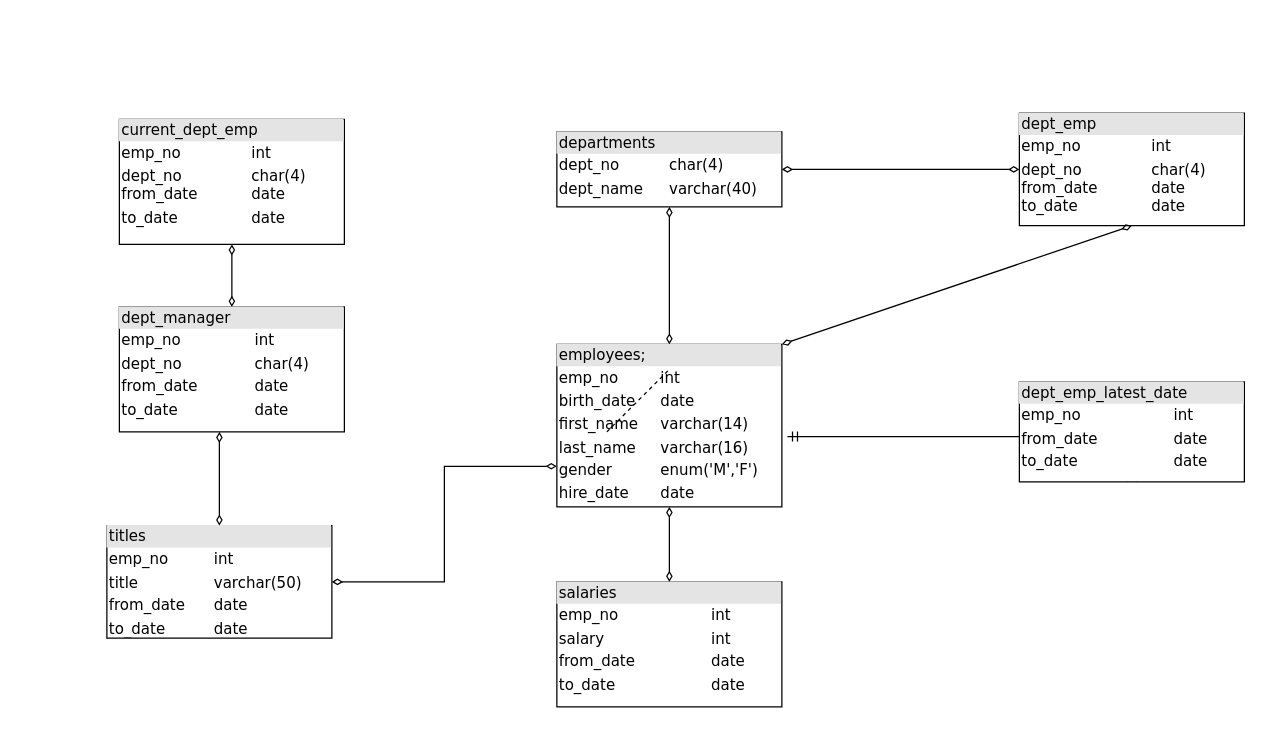
This is act2/Untitled Diagram.drawio from DemiurgeApeiron/A01028325-InternetOfThings, a draw.io file, before an edit. Source tidied: cells renumbered, new cells numbered last; positions are measured from the earlier drawing's top-left corner, leaving out a move shared by most shapes. Both pictures are drawn from the tidied source at 125%, with x=0, y=0 at pixel (106, 112).
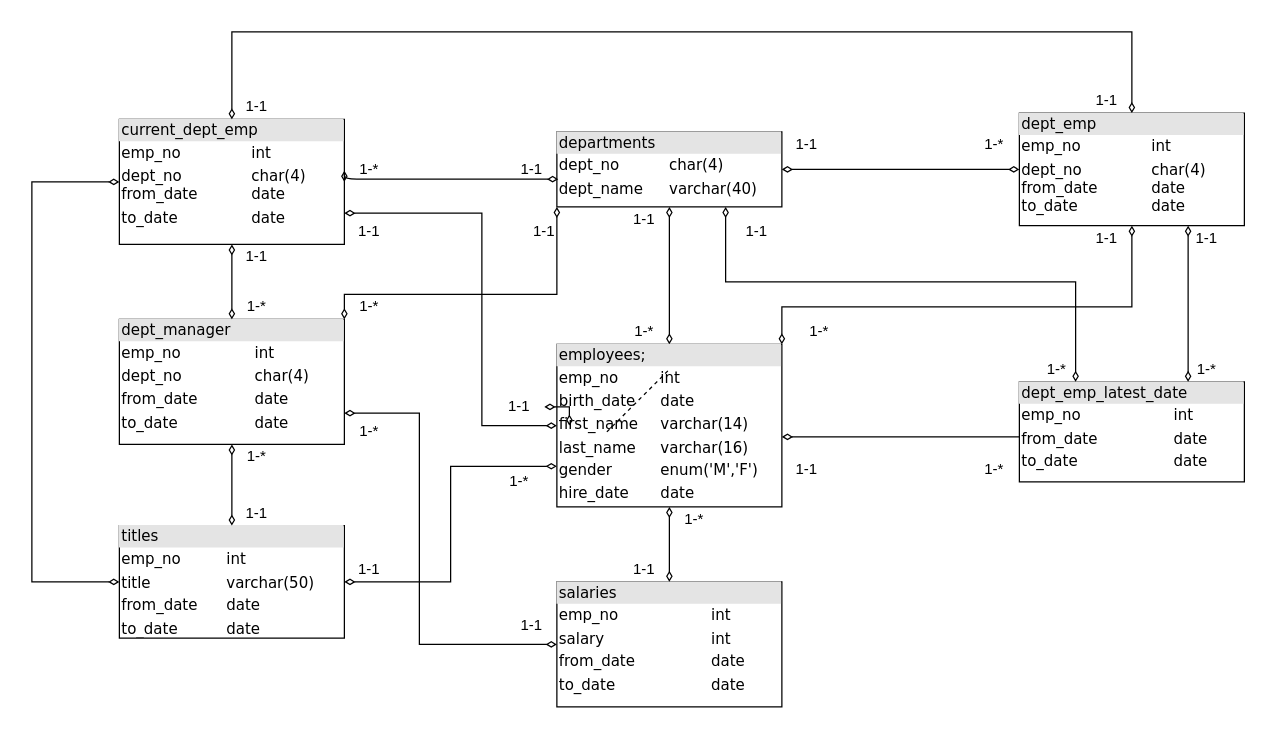
Above is the later version.

Unchanged cells that the change refers to:
```xml
<mxCell id="2" value="&lt;div style=&quot;box-sizing: border-box ; width: 100% ; background: #e4e4e4 ; padding: 2px&quot;&gt;current_dept_emp&lt;/div&gt;&lt;table style=&quot;width: 100% ; font-size: 1em&quot; cellspacing=&quot;0&quot; cellpadding=&quot;2&quot;&gt;&lt;tbody&gt;&lt;tr&gt;&lt;td&gt;emp_no&lt;br&gt;&lt;/td&gt;&lt;td&gt;int&lt;/td&gt;&lt;/tr&gt;&lt;tr&gt;&lt;td&gt;dept_no&lt;br&gt;from_date&lt;br&gt;&lt;/td&gt;&lt;td&gt;char(4)&lt;br&gt;date&lt;br&gt;&lt;/td&gt;&lt;/tr&gt;&lt;tr&gt;&lt;td&gt;to_date&lt;br&gt;&lt;/td&gt;&lt;td&gt;date&lt;/td&gt;&lt;/tr&gt;&lt;/tbody&gt;&lt;/table&gt;" style="verticalAlign=top;align=left;overflow=fill;html=1;rounded=0;shadow=0;comic=0;labelBackgroundColor=none;strokeWidth=1;fontFamily=Verdana;fontSize=12;" parent="1" vertex="1">
  <mxGeometry x="10" y="5" width="180" height="100" as="geometry" />
</mxCell>
<mxCell id="6" value="&lt;div style=&quot;box-sizing: border-box ; width: 100% ; background: #e4e4e4 ; padding: 2px&quot;&gt;departments&lt;/div&gt;&lt;table style=&quot;width: 100% ; font-size: 1em&quot; cellspacing=&quot;0&quot; cellpadding=&quot;2&quot;&gt;&lt;tbody&gt;&lt;tr&gt;&lt;td&gt;dept_no&lt;/td&gt;&lt;td&gt;char(4)&lt;/td&gt;&lt;/tr&gt;&lt;tr&gt;&lt;td&gt;dept_name&lt;/td&gt;&lt;td&gt;varchar(40)&lt;/td&gt;&lt;/tr&gt;&lt;tr&gt;&lt;td&gt;&lt;br&gt;&lt;/td&gt;&lt;td&gt;&lt;br&gt;&lt;/td&gt;&lt;/tr&gt;&lt;tr&gt;&lt;td&gt;&lt;br&gt;&lt;/td&gt;&lt;td&gt;&lt;br&gt;&lt;/td&gt;&lt;/tr&gt;&lt;tr&gt;&lt;td&gt;&lt;br&gt;&lt;/td&gt;&lt;td&gt;&lt;br&gt;&lt;/td&gt;&lt;/tr&gt;&lt;tr&gt;&lt;td&gt;&lt;br&gt;&lt;/td&gt;&lt;td&gt;&lt;br&gt;&lt;/td&gt;&lt;/tr&gt;&lt;/tbody&gt;&lt;/table&gt;" style="verticalAlign=top;align=left;overflow=fill;html=1;rounded=0;shadow=0;comic=0;labelBackgroundColor=none;strokeWidth=1;fontFamily=Verdana;fontSize=12;" parent="1" vertex="1">
  <mxGeometry x="360" y="15" width="180" height="60" as="geometry" />
</mxCell>
<mxCell id="11" value="&lt;div style=&quot;box-sizing: border-box ; width: 100% ; background: #e4e4e4 ; padding: 2px&quot;&gt;salaries&lt;/div&gt;&lt;table style=&quot;width: 100% ; font-size: 1em&quot; cellspacing=&quot;0&quot; cellpadding=&quot;2&quot;&gt;&lt;tbody&gt;&lt;tr&gt;&lt;td&gt;emp_no&lt;/td&gt;&lt;td&gt;int&lt;/td&gt;&lt;/tr&gt;&lt;tr&gt;&lt;td&gt;salary&lt;/td&gt;&lt;td&gt;int&lt;/td&gt;&lt;/tr&gt;&lt;tr&gt;&lt;td&gt;from_date&lt;/td&gt;&lt;td&gt;date&lt;/td&gt;&lt;/tr&gt;&lt;tr&gt;&lt;td&gt;to_date&lt;/td&gt;&lt;td&gt;date&lt;br&gt;&lt;/td&gt;&lt;/tr&gt;&lt;tr&gt;&lt;td&gt;&lt;br&gt;&lt;/td&gt;&lt;td&gt;&lt;br&gt;&lt;/td&gt;&lt;/tr&gt;&lt;/tbody&gt;&lt;/table&gt;" style="verticalAlign=top;align=left;overflow=fill;html=1;rounded=0;shadow=0;comic=0;labelBackgroundColor=none;strokeWidth=1;fontFamily=Verdana;fontSize=12;" parent="1" vertex="1">
  <mxGeometry x="360" y="375" width="180" height="100" as="geometry" />
</mxCell>
<mxCell id="13" value="&lt;div style=&quot;box-sizing: border-box ; width: 100% ; background: #e4e4e4 ; padding: 2px&quot;&gt;employees;&lt;/div&gt;&lt;table style=&quot;width: 100% ; font-size: 1em&quot; cellspacing=&quot;0&quot; cellpadding=&quot;2&quot;&gt;&lt;tbody&gt;&lt;tr&gt;&lt;td&gt;emp_no&lt;/td&gt;&lt;td&gt;int&lt;/td&gt;&lt;/tr&gt;&lt;tr&gt;&lt;td&gt;birth_date&lt;/td&gt;&lt;td&gt;date&lt;/td&gt;&lt;/tr&gt;&lt;tr&gt;&lt;td&gt;first_name&lt;br&gt;&lt;/td&gt;&lt;td&gt;varchar(14)&lt;/td&gt;&lt;/tr&gt;&lt;tr&gt;&lt;td&gt;last_name&lt;br&gt;&lt;/td&gt;&lt;td&gt;varchar(16)&lt;br&gt;&lt;/td&gt;&lt;/tr&gt;&lt;tr&gt;&lt;td&gt;gender&lt;br&gt;&lt;/td&gt;&lt;td&gt;enum('M','F')&lt;br&gt;&lt;/td&gt;&lt;/tr&gt;&lt;tr&gt;&lt;td&gt;hire_date&lt;br&gt;&lt;/td&gt;&lt;td&gt;date&lt;br&gt;&lt;/td&gt;&lt;/tr&gt;&lt;tr&gt;&lt;td&gt;&lt;br&gt;&lt;/td&gt;&lt;td&gt;&lt;br&gt;&lt;/td&gt;&lt;/tr&gt;&lt;tr&gt;&lt;td&gt;&lt;br&gt;&lt;/td&gt;&lt;td&gt;&lt;br&gt;&lt;/td&gt;&lt;/tr&gt;&lt;tr&gt;&lt;td&gt;&lt;br&gt;&lt;/td&gt;&lt;td&gt;&lt;br&gt;&lt;/td&gt;&lt;/tr&gt;&lt;tr&gt;&lt;td&gt;&lt;br&gt;&lt;/td&gt;&lt;td&gt;&lt;br&gt;&lt;/td&gt;&lt;/tr&gt;&lt;tr&gt;&lt;td&gt;&lt;br&gt;&lt;/td&gt;&lt;td&gt;&lt;br&gt;&lt;/td&gt;&lt;/tr&gt;&lt;tr&gt;&lt;td&gt;&lt;br&gt;&lt;/td&gt;&lt;td&gt;&lt;br&gt;&lt;/td&gt;&lt;/tr&gt;&lt;tr&gt;&lt;td&gt;&lt;br&gt;&lt;/td&gt;&lt;td&gt;&lt;br&gt;&lt;/td&gt;&lt;/tr&gt;&lt;tr&gt;&lt;td&gt;&lt;br&gt;&lt;/td&gt;&lt;td&gt;&lt;br&gt;&lt;/td&gt;&lt;/tr&gt;&lt;tr&gt;&lt;td&gt;&lt;br&gt;&lt;/td&gt;&lt;td&gt;&lt;br&gt;&lt;/td&gt;&lt;/tr&gt;&lt;tr&gt;&lt;td&gt;&lt;br&gt;&lt;/td&gt;&lt;td&gt;&lt;br&gt;&lt;/td&gt;&lt;/tr&gt;&lt;tr&gt;&lt;td&gt;&lt;br&gt;&lt;/td&gt;&lt;td&gt;&lt;br&gt;&lt;/td&gt;&lt;/tr&gt;&lt;/tbody&gt;&lt;/table&gt;" style="verticalAlign=top;align=left;overflow=fill;html=1;rounded=0;shadow=0;comic=0;labelBackgroundColor=none;strokeWidth=1;fontFamily=Verdana;fontSize=12;" parent="1" vertex="1">
  <mxGeometry x="360" y="185" width="180" height="130" as="geometry" />
</mxCell>
<mxCell id="14" value="&lt;div style=&quot;box-sizing: border-box ; width: 100% ; background: #e4e4e4 ; padding: 2px&quot;&gt;dept_emp_latest_date&lt;/div&gt;&lt;table style=&quot;width: 100% ; font-size: 1em&quot; cellspacing=&quot;0&quot; cellpadding=&quot;2&quot;&gt;&lt;tbody&gt;&lt;tr&gt;&lt;td&gt;emp_no&lt;/td&gt;&lt;td&gt;int&lt;/td&gt;&lt;/tr&gt;&lt;tr&gt;&lt;td&gt;from_date&lt;/td&gt;&lt;td&gt;date&lt;/td&gt;&lt;/tr&gt;&lt;tr&gt;&lt;td&gt;to_date&lt;/td&gt;&lt;td&gt;date&lt;/td&gt;&lt;/tr&gt;&lt;tr&gt;&lt;td&gt;&lt;br&gt;&lt;/td&gt;&lt;td&gt;&lt;br&gt;&lt;/td&gt;&lt;/tr&gt;&lt;tr&gt;&lt;td&gt;&lt;br&gt;&lt;/td&gt;&lt;td&gt;&lt;br&gt;&lt;/td&gt;&lt;/tr&gt;&lt;tr&gt;&lt;td&gt;&lt;br&gt;&lt;/td&gt;&lt;td&gt;&lt;br&gt;&lt;/td&gt;&lt;/tr&gt;&lt;tr&gt;&lt;td&gt;&lt;br&gt;&lt;/td&gt;&lt;td&gt;&lt;br&gt;&lt;/td&gt;&lt;/tr&gt;&lt;tr&gt;&lt;td&gt;&lt;br&gt;&lt;/td&gt;&lt;td&gt;&lt;br&gt;&lt;/td&gt;&lt;/tr&gt;&lt;tr&gt;&lt;td&gt;&lt;br&gt;&lt;/td&gt;&lt;td&gt;&lt;br&gt;&lt;/td&gt;&lt;/tr&gt;&lt;tr&gt;&lt;td&gt;&lt;br&gt;&lt;/td&gt;&lt;td&gt;&lt;br&gt;&lt;/td&gt;&lt;/tr&gt;&lt;tr&gt;&lt;td&gt;&lt;br&gt;&lt;/td&gt;&lt;td&gt;&lt;br&gt;&lt;/td&gt;&lt;/tr&gt;&lt;tr&gt;&lt;td&gt;&lt;br&gt;&lt;/td&gt;&lt;td&gt;&lt;br&gt;&lt;/td&gt;&lt;/tr&gt;&lt;/tbody&gt;&lt;/table&gt;" style="verticalAlign=top;align=left;overflow=fill;html=1;rounded=0;shadow=0;comic=0;labelBackgroundColor=none;strokeWidth=1;fontFamily=Verdana;fontSize=12;" parent="1" vertex="1">
  <mxGeometry x="730" y="215" width="180" height="80" as="geometry" />
</mxCell>
<mxCell id="15" value="&lt;div style=&quot;box-sizing: border-box ; width: 100% ; background: #e4e4e4 ; padding: 2px&quot;&gt;dept_emp&lt;/div&gt;&lt;table style=&quot;width: 100% ; font-size: 1em&quot; cellspacing=&quot;0&quot; cellpadding=&quot;2&quot;&gt;&lt;tbody&gt;&lt;tr&gt;&lt;td&gt;emp_no&lt;/td&gt;&lt;td&gt;int&lt;/td&gt;&lt;/tr&gt;&lt;tr&gt;&lt;td&gt;dept_no&lt;br&gt;from_date&lt;br&gt;to_date&lt;br&gt;&lt;/td&gt;&lt;td&gt;char(4)&lt;br&gt;date&lt;br&gt;date&lt;br&gt;&lt;/td&gt;&lt;/tr&gt;&lt;tr&gt;&lt;td&gt;&lt;br&gt;&lt;/td&gt;&lt;td&gt;&lt;br&gt;&lt;/td&gt;&lt;/tr&gt;&lt;/tbody&gt;&lt;/table&gt;" style="verticalAlign=top;align=left;overflow=fill;html=1;rounded=0;shadow=0;comic=0;labelBackgroundColor=none;strokeWidth=1;fontFamily=Verdana;fontSize=12;" parent="1" vertex="1">
  <mxGeometry x="730" width="180" height="90" as="geometry" />
</mxCell>
```

The edit, as a diff of the source:
```diff
@@
-    <mxCell id="4" style="edgeStyle=orthogonalEdgeStyle;html=1;labelBackgroundColor=none;startArrow=ERmandOne;endArrow=ERoneToMany;fontFamily=Verdana;fontSize=12;align=left;entryX=0.5;entryY=1;exitX=1.025;exitY=0.567;exitDx=0;exitDy=0;exitPerimeter=0;entryDx=0;entryDy=0;" parent="1" edge="1" source="13" target="14">
+    <mxCell id="4" style="edgeStyle=orthogonalEdgeStyle;html=1;labelBackgroundColor=none;startArrow=diamondThin;endArrow=diamondThin;fontFamily=Verdana;fontSize=12;align=left;entryX=0.5;entryY=1;entryDx=0;entryDy=0;endFill=0;startFill=0;" parent="1" edge="1" target="14">
       <mxGeometry relative="1" as="geometry">
+        <mxPoint x="540" y="259" as="sourcePoint" />
         <Array as="points">
           <mxPoint x="820" y="259" />
         </Array>
       </mxGeometry>
     </mxCell>
@@
     <mxCell id="8" value="&lt;div style=&quot;box-sizing: border-box ; width: 100% ; background: #e4e4e4 ; padding: 2px&quot;&gt;titles&lt;/div&gt;&lt;table style=&quot;width: 100% ; font-size: 1em&quot; cellspacing=&quot;0&quot; cellpadding=&quot;2&quot;&gt;&lt;tbody&gt;&lt;tr&gt;&lt;td&gt;emp_no&lt;/td&gt;&lt;td&gt;int&lt;/td&gt;&lt;/tr&gt;&lt;tr&gt;&lt;td&gt;title&lt;/td&gt;&lt;td&gt;varchar(50)&lt;/td&gt;&lt;/tr&gt;&lt;tr&gt;&lt;td&gt;from_date&lt;/td&gt;&lt;td&gt;date&lt;/td&gt;&lt;/tr&gt;&lt;tr&gt;&lt;td&gt;to_date&lt;/td&gt;&lt;td&gt;date&lt;br&gt;&lt;/td&gt;&lt;/tr&gt;&lt;/tbody&gt;&lt;/table&gt;" style="verticalAlign=top;align=left;overflow=fill;html=1;rounded=0;shadow=0;comic=0;labelBackgroundColor=none;strokeWidth=1;fontFamily=Verdana;fontSize=12;" parent="1" vertex="1">
-      <mxGeometry y="330" width="180" height="90" as="geometry" />
+      <mxGeometry x="10" y="330" width="180" height="90" as="geometry" />
     </mxCell>
-    <mxCell id="9" style="edgeStyle=orthogonalEdgeStyle;html=1;entryX=0.5;entryY=0;labelBackgroundColor=none;startArrow=diamondThin;endArrow=diamondThin;fontFamily=Verdana;fontSize=12;align=left;entryDx=0;entryDy=0;endFill=0;startFill=0;" parent="1" edge="1" source="10" target="8">
+    <mxCell id="9" style="edgeStyle=orthogonalEdgeStyle;html=1;entryX=0.5;entryY=0;labelBackgroundColor=none;startArrow=diamondThin;endArrow=diamondThin;fontFamily=Verdana;fontSize=12;align=left;entryDx=0;entryDy=0;endFill=0;startFill=0;exitX=0.5;exitY=1;exitDx=0;exitDy=0;" parent="1" edge="1" source="10" target="8">
       <mxGeometry relative="1" as="geometry">
         <Array as="points">
-          <mxPoint x="90" y="330" />
+          <mxPoint x="100" y="330" />
         </Array>
       </mxGeometry>
     </mxCell>
     <mxCell id="10" value="&lt;div style=&quot;box-sizing: border-box ; width: 100% ; background: #e4e4e4 ; padding: 2px&quot;&gt;dept_manager&lt;/div&gt;&lt;table style=&quot;width: 100% ; font-size: 1em&quot; cellspacing=&quot;0&quot; cellpadding=&quot;2&quot;&gt;&lt;tbody&gt;&lt;tr&gt;&lt;td&gt;emp_no&lt;/td&gt;&lt;td&gt;&lt;br&gt;&lt;/td&gt;&lt;td&gt;int&lt;/td&gt;&lt;/tr&gt;&lt;tr&gt;&lt;td&gt;dept_no&lt;/td&gt;&lt;td&gt;&lt;br&gt;&lt;/td&gt;&lt;td&gt;char(4)&lt;/td&gt;&lt;/tr&gt;&lt;tr&gt;&lt;td&gt;from_date&lt;br&gt;&lt;/td&gt;&lt;td&gt;&lt;br&gt;&lt;/td&gt;&lt;td&gt;date &lt;br&gt;&lt;/td&gt;&lt;/tr&gt;&lt;tr&gt;&lt;td&gt;to_date&lt;br&gt;&lt;/td&gt;&lt;td&gt;&lt;br&gt;&lt;/td&gt;&lt;td&gt;date&lt;br&gt;&lt;/td&gt;&lt;/tr&gt;&lt;tr&gt;&lt;td&gt;&lt;br&gt;&lt;/td&gt;&lt;td&gt;&lt;br&gt;&lt;/td&gt;&lt;td&gt;&lt;br&gt;&lt;/td&gt;&lt;/tr&gt;&lt;/tbody&gt;&lt;/table&gt;" style="verticalAlign=top;align=left;overflow=fill;html=1;rounded=0;shadow=0;comic=0;labelBackgroundColor=none;strokeWidth=1;fontFamily=Verdana;fontSize=12;" parent="1" vertex="1">
-      <mxGeometry x="10" y="155" width="180" height="100" as="geometry" />
+      <mxGeometry x="10" y="165" width="180" height="100" as="geometry" />
     </mxCell>
@@
-    <mxCell id="18" style="endArrow=diamondThin;html=1;strokeWidth=1;entryX=0.5;entryY=1;entryDx=0;entryDy=0;exitX=1;exitY=0;exitDx=0;exitDy=0;endFill=0;startArrow=diamondThin;startFill=0;" parent="1" edge="1" source="13" target="15">
-      <mxGeometry relative="1" as="geometry" />
+    <mxCell id="18" style="endArrow=diamondThin;html=1;strokeWidth=1;entryX=0.5;entryY=1;entryDx=0;entryDy=0;exitX=1;exitY=0;exitDx=0;exitDy=0;endFill=0;startArrow=diamondThin;startFill=0;rounded=0;" parent="1" edge="1" source="13" target="15">
+      <mxGeometry relative="1" as="geometry">
+        <Array as="points">
+          <mxPoint x="540" y="155" />
+          <mxPoint x="820" y="155" />
+        </Array>
+      </mxGeometry>
     </mxCell>
+    <mxCell id="19" style="endArrow=diamondThin;html=1;strokeColor=#000000;strokeWidth=1;exitX=0;exitY=0.5;exitDx=0;exitDy=0;entryX=0;entryY=0.5;entryDx=0;entryDy=0;rounded=0;endFill=0;startArrow=diamondThin;startFill=0;" parent="1" edge="1" source="8" target="2">
+      <mxGeometry relative="1" as="geometry">
+        <Array as="points">
+          <mxPoint x="-60" y="375" />
+          <mxPoint x="-60" y="55" />
+        </Array>
+      </mxGeometry>
+    </mxCell>
+    <mxCell id="20" style="endArrow=diamondThin;html=1;strokeColor=#000000;strokeWidth=1;exitX=0;exitY=0.5;exitDx=0;exitDy=0;entryX=1;entryY=0.75;entryDx=0;entryDy=0;rounded=0;endFill=0;startArrow=diamondThin;startFill=0;" parent="1" edge="1" source="13" target="2">
+      <mxGeometry relative="1" as="geometry">
+        <Array as="points">
+          <mxPoint x="300" y="250" />
+          <mxPoint x="300" y="145" />
+          <mxPoint x="300" y="80" />
+        </Array>
+      </mxGeometry>
+    </mxCell>
+    <mxCell id="21" style="edgeStyle=orthogonalEdgeStyle;html=1;endArrow=diamondThin;startArrow=diamondThin;labelBackgroundColor=none;fontFamily=Verdana;fontSize=12;align=left;exitX=1;exitY=0.5;entryX=0.006;entryY=0.63;endFill=0;startFill=0;exitDx=0;exitDy=0;entryDx=0;entryDy=0;entryPerimeter=0;" parent="1" edge="1" source="2" target="6">
+      <mxGeometry relative="1" as="geometry">
+        <Array as="points">
+          <mxPoint x="190" y="53" />
+        </Array>
+      </mxGeometry>
+    </mxCell>
+    <mxCell id="22" style="edgeStyle=orthogonalEdgeStyle;html=1;entryX=0.75;entryY=0;labelBackgroundColor=none;startArrow=diamondThin;endArrow=diamondThin;fontFamily=Verdana;fontSize=12;align=left;endFill=0;startFill=0;exitX=0.75;exitY=1;exitDx=0;exitDy=0;entryDx=0;entryDy=0;rounded=0;" parent="1" edge="1" source="15" target="14">
+      <mxGeometry relative="1" as="geometry">
+        <Array as="points">
+          <mxPoint x="865" y="155" />
+          <mxPoint x="865" y="155" />
+        </Array>
+      </mxGeometry>
+    </mxCell>
+    <mxCell id="23" style="edgeStyle=orthogonalEdgeStyle;html=1;labelBackgroundColor=none;startArrow=diamondThin;endArrow=diamondThin;fontFamily=Verdana;fontSize=12;align=left;rounded=0;endFill=0;startFill=0;exitX=0.5;exitY=0;exitDx=0;exitDy=0;entryX=0.5;entryY=0;entryDx=0;entryDy=0;" parent="1" edge="1" source="2" target="15">
+      <mxGeometry relative="1" as="geometry">
+        <Array as="points">
+          <mxPoint x="100" y="-65" />
+          <mxPoint x="820" y="-65" />
+        </Array>
+      </mxGeometry>
+    </mxCell>
+    <mxCell id="24" style="edgeStyle=orthogonalEdgeStyle;html=1;exitX=0;exitY=0.5;entryX=1;entryY=0.75;labelBackgroundColor=none;startArrow=diamondThin;endArrow=diamondThin;fontFamily=Verdana;fontSize=12;align=left;jumpSize=0;rounded=0;endFill=0;startFill=0;exitDx=0;exitDy=0;entryDx=0;entryDy=0;" parent="1" edge="1" source="11" target="10">
+      <mxGeometry relative="1" as="geometry">
+        <Array as="points">
+          <mxPoint x="250" y="425" />
+          <mxPoint x="250" y="240" />
+        </Array>
+      </mxGeometry>
+    </mxCell>
+    <mxCell id="25" value="1-1" style="text;html=1;strokeColor=none;fillColor=none;align=center;verticalAlign=middle;whiteSpace=wrap;rounded=0;" parent="1" vertex="1">
+      <mxGeometry x="190" y="85" width="40" height="20" as="geometry" />
+    </mxCell>
+    <mxCell id="26" style="edgeStyle=orthogonalEdgeStyle;rounded=0;jumpSize=0;jettySize=auto;html=1;startArrow=diamondThin;startFill=0;endArrow=diamondThin;endFill=0;strokeColor=#000000;strokeWidth=1;" parent="1" edge="1" source="27" target="13">
+      <mxGeometry relative="1" as="geometry" />
+    </mxCell>
+    <mxCell id="27" value="1-1" style="text;html=1;strokeColor=none;fillColor=none;align=center;verticalAlign=middle;whiteSpace=wrap;rounded=0;" parent="1" vertex="1">
+      <mxGeometry x="310" y="225" width="40" height="20" as="geometry" />
+    </mxCell>
+    <mxCell id="28" value="1-1" style="text;html=1;strokeColor=none;fillColor=none;align=center;verticalAlign=middle;whiteSpace=wrap;rounded=0;" parent="1" vertex="1">
+      <mxGeometry x="100" y="-15" width="40" height="20" as="geometry" />
+    </mxCell>
+    <mxCell id="29" value="1-1" style="text;html=1;strokeColor=none;fillColor=none;align=center;verticalAlign=middle;whiteSpace=wrap;rounded=0;" parent="1" vertex="1">
+      <mxGeometry x="780" y="-20" width="40" height="20" as="geometry" />
+    </mxCell>
+    <mxCell id="30" value="1-1" style="text;html=1;strokeColor=none;fillColor=none;align=center;verticalAlign=middle;whiteSpace=wrap;rounded=0;" parent="1" vertex="1">
+      <mxGeometry x="860" y="90" width="40" height="20" as="geometry" />
+    </mxCell>
+    <mxCell id="31" value="1-*" style="text;html=1;strokeColor=none;fillColor=none;align=center;verticalAlign=middle;whiteSpace=wrap;rounded=0;" parent="1" vertex="1">
+      <mxGeometry x="860" y="195" width="40" height="20" as="geometry" />
+    </mxCell>
+    <mxCell id="32" style="endArrow=diamondThin;html=1;strokeWidth=1;entryX=0.25;entryY=0;entryDx=0;entryDy=0;exitX=0.75;exitY=1;exitDx=0;exitDy=0;endFill=0;startArrow=diamondThin;startFill=0;rounded=0;" parent="1" edge="1" source="6" target="14">
+      <mxGeometry relative="1" as="geometry">
+        <Array as="points">
+          <mxPoint x="495" y="135" />
+          <mxPoint x="775" y="135" />
+        </Array>
+      </mxGeometry>
+    </mxCell>
+    <mxCell id="33" value="1-*" style="text;html=1;strokeColor=none;fillColor=none;align=center;verticalAlign=middle;whiteSpace=wrap;rounded=0;" parent="1" vertex="1">
+      <mxGeometry x="190" y="35" width="40" height="20" as="geometry" />
+    </mxCell>
+    <mxCell id="34" value="1-1" style="text;html=1;strokeColor=none;fillColor=none;align=center;verticalAlign=middle;whiteSpace=wrap;rounded=0;" parent="1" vertex="1">
+      <mxGeometry x="320" y="35" width="40" height="20" as="geometry" />
+    </mxCell>
+    <mxCell id="35" value="1-*" style="text;html=1;strokeColor=none;fillColor=none;align=center;verticalAlign=middle;whiteSpace=wrap;rounded=0;" parent="1" vertex="1">
+      <mxGeometry x="690" y="15" width="40" height="20" as="geometry" />
+    </mxCell>
+    <mxCell id="36" value="1-1" style="text;html=1;strokeColor=none;fillColor=none;align=center;verticalAlign=middle;whiteSpace=wrap;rounded=0;" parent="1" vertex="1">
+      <mxGeometry x="540" y="15" width="40" height="20" as="geometry" />
+    </mxCell>
+    <mxCell id="37" value="1-1" style="text;html=1;strokeColor=none;fillColor=none;align=center;verticalAlign=middle;whiteSpace=wrap;rounded=0;" parent="1" vertex="1">
+      <mxGeometry x="410" y="75" width="40" height="20" as="geometry" />
+    </mxCell>
+    <mxCell id="38" value="1-*" style="text;html=1;strokeColor=none;fillColor=none;align=center;verticalAlign=middle;whiteSpace=wrap;rounded=0;" parent="1" vertex="1">
+      <mxGeometry x="410" y="165" width="40" height="20" as="geometry" />
+    </mxCell>
+    <mxCell id="39" value="1-1" style="text;html=1;strokeColor=none;fillColor=none;align=center;verticalAlign=middle;whiteSpace=wrap;rounded=0;" parent="1" vertex="1">
+      <mxGeometry x="410" y="355" width="40" height="20" as="geometry" />
+    </mxCell>
+    <mxCell id="40" value="1-*" style="text;html=1;strokeColor=none;fillColor=none;align=center;verticalAlign=middle;whiteSpace=wrap;rounded=0;" parent="1" vertex="1">
+      <mxGeometry x="450" y="315" width="40" height="20" as="geometry" />
+    </mxCell>
+    <mxCell id="41" value="1-*" style="text;html=1;strokeColor=none;fillColor=none;align=center;verticalAlign=middle;whiteSpace=wrap;rounded=0;" parent="1" vertex="1">
+      <mxGeometry x="690" y="275" width="40" height="20" as="geometry" />
+    </mxCell>
+    <mxCell id="42" value="1-1" style="text;html=1;strokeColor=none;fillColor=none;align=center;verticalAlign=middle;whiteSpace=wrap;rounded=0;" parent="1" vertex="1">
+      <mxGeometry x="540" y="275" width="40" height="20" as="geometry" />
+    </mxCell>
+    <mxCell id="43" value="1-1" style="text;html=1;strokeColor=none;fillColor=none;align=center;verticalAlign=middle;whiteSpace=wrap;rounded=0;" parent="1" vertex="1">
+      <mxGeometry x="780" y="90" width="40" height="20" as="geometry" />
+    </mxCell>
+    <mxCell id="44" value="1-*" style="text;html=1;strokeColor=none;fillColor=none;align=center;verticalAlign=middle;whiteSpace=wrap;rounded=0;" parent="1" vertex="1">
+      <mxGeometry x="550" y="165" width="40" height="20" as="geometry" />
+    </mxCell>
+    <mxCell id="45" style="edgeStyle=orthogonalEdgeStyle;html=1;entryX=0;entryY=1;labelBackgroundColor=none;startArrow=diamondThin;endArrow=diamondThin;fontFamily=Verdana;fontSize=12;align=left;entryDx=0;entryDy=0;endFill=0;startFill=0;rounded=0;" parent="1" edge="1" target="6">
+      <mxGeometry relative="1" as="geometry">
+        <mxPoint x="190" y="165" as="sourcePoint" />
+        <Array as="points">
+          <mxPoint x="190" y="145" />
+          <mxPoint x="360" y="145" />
+        </Array>
+      </mxGeometry>
+    </mxCell>
+    <mxCell id="46" value="1-1" style="text;html=1;strokeColor=none;fillColor=none;align=center;verticalAlign=middle;whiteSpace=wrap;rounded=0;" parent="1" vertex="1">
+      <mxGeometry x="330" y="85" width="40" height="20" as="geometry" />
+    </mxCell>
+    <mxCell id="47" value="1-*" style="text;html=1;strokeColor=none;fillColor=none;align=center;verticalAlign=middle;whiteSpace=wrap;rounded=0;" parent="1" vertex="1">
+      <mxGeometry x="190" y="145" width="40" height="20" as="geometry" />
+    </mxCell>
+    <mxCell id="48" value="1-1" style="text;html=1;strokeColor=none;fillColor=none;align=center;verticalAlign=middle;whiteSpace=wrap;rounded=0;" parent="1" vertex="1">
+      <mxGeometry x="500" y="85" width="40" height="20" as="geometry" />
+    </mxCell>
+    <mxCell id="49" value="1-*" style="text;html=1;strokeColor=none;fillColor=none;align=center;verticalAlign=middle;whiteSpace=wrap;rounded=0;" parent="1" vertex="1">
+      <mxGeometry x="740" y="195" width="40" height="20" as="geometry" />
+    </mxCell>
+    <mxCell id="50" value="1-1" style="text;html=1;strokeColor=none;fillColor=none;align=center;verticalAlign=middle;whiteSpace=wrap;rounded=0;" parent="1" vertex="1">
+      <mxGeometry x="320" y="400" width="40" height="20" as="geometry" />
+    </mxCell>
+    <mxCell id="51" value="1-*" style="text;html=1;strokeColor=none;fillColor=none;align=center;verticalAlign=middle;whiteSpace=wrap;rounded=0;" parent="1" vertex="1">
+      <mxGeometry x="190" y="245" width="40" height="20" as="geometry" />
+    </mxCell>
+    <mxCell id="52" value="1-1" style="text;html=1;strokeColor=none;fillColor=none;align=center;verticalAlign=middle;whiteSpace=wrap;rounded=0;" parent="1" vertex="1">
+      <mxGeometry x="190" y="355" width="40" height="20" as="geometry" />
+    </mxCell>
+    <mxCell id="53" value="1-*" style="text;html=1;strokeColor=none;fillColor=none;align=center;verticalAlign=middle;whiteSpace=wrap;rounded=0;" parent="1" vertex="1">
+      <mxGeometry x="310" y="285" width="40" height="20" as="geometry" />
+    </mxCell>
+    <mxCell id="54" value="1-1" style="text;html=1;strokeColor=none;fillColor=none;align=center;verticalAlign=middle;whiteSpace=wrap;rounded=0;" parent="1" vertex="1">
+      <mxGeometry x="100" y="310" width="40" height="20" as="geometry" />
+    </mxCell>
+    <mxCell id="55" value="1-*" style="text;html=1;strokeColor=none;fillColor=none;align=center;verticalAlign=middle;whiteSpace=wrap;rounded=0;" parent="1" vertex="1">
+      <mxGeometry x="100" y="265" width="40" height="20" as="geometry" />
+    </mxCell>
+    <mxCell id="56" value="1-1" style="text;html=1;strokeColor=none;fillColor=none;align=center;verticalAlign=middle;whiteSpace=wrap;rounded=0;" parent="1" vertex="1">
+      <mxGeometry x="100" y="105" width="40" height="20" as="geometry" />
+    </mxCell>
+    <mxCell id="57" value="1-*" style="text;html=1;strokeColor=none;fillColor=none;align=center;verticalAlign=middle;whiteSpace=wrap;rounded=0;" parent="1" vertex="1">
+      <mxGeometry x="100" y="145" width="40" height="20" as="geometry" />
+    </mxCell>
```
